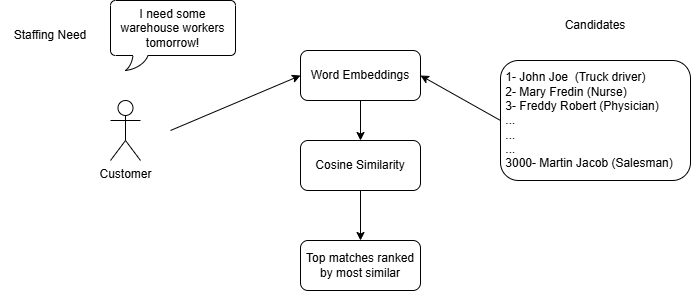
Earlier version of the draw.io export docs/Semantic_Approach.png (Mena-Saleh/Intelliplan-Hackathon). Source tidied: cells renumbered, new cells last; positions are measured from the earlier drawing's top-left corner, leaving out a move shared by most shapes.
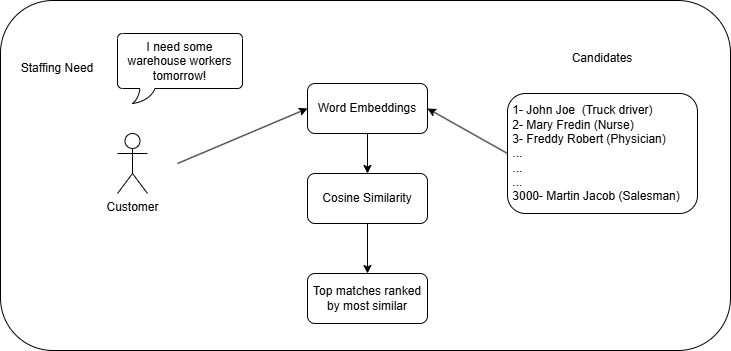
The same diagram one commit later.

Change to the diagram source:
```diff
@@ -2,6 +2,9 @@
   <root>
     <mxCell id="0" />
     <mxCell id="1" parent="0" />
+    <mxCell id="14" style="rounded=1;whiteSpace=wrap;html=1;" parent="1" vertex="1">
+      <mxGeometry x="-7" y="-33" width="730" height="350" as="geometry" />
+    </mxCell>
     <mxCell id="2" value="Staffing Need" style="text;html=1;whiteSpace=wrap;strokeColor=none;fillColor=none;align=center;verticalAlign=middle;rounded=0;" parent="1" vertex="1">
       <mxGeometry y="20" width="100" height="30" as="geometry" />
     </mxCell>
```
